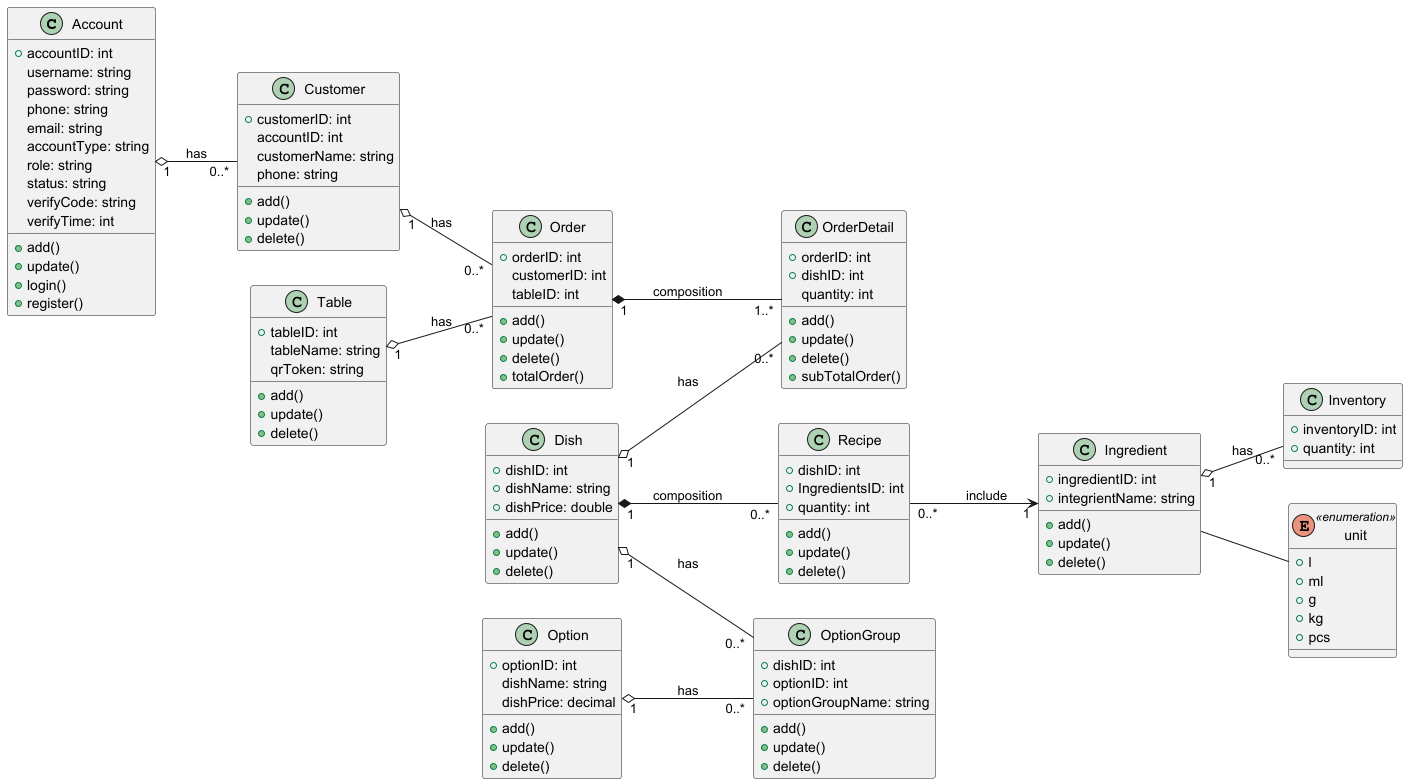
Before: document/diagram/task23.png, a diagram exported from PlantUML (Hiennguyen278610/CNPM).
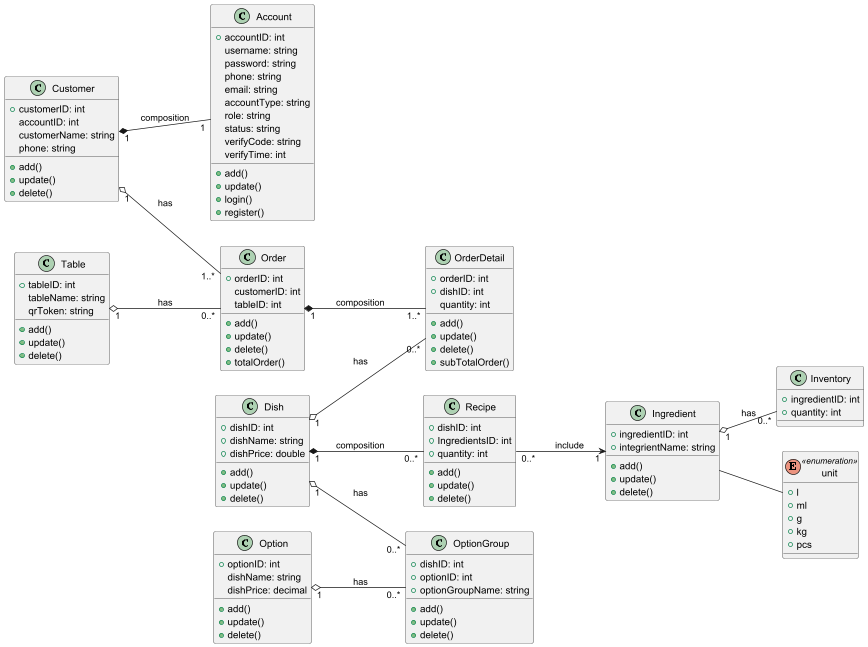
The same file after the commit.

The edit, as a diff of the source:
```diff
@@ -101,7 +101,7 @@
 }
 
 class Inventory {
-    + inventoryID: int
+    + ingredientID: int
     + quantity: int
 }
 
@@ -113,8 +113,8 @@
     + pcs
 }
 
-Account   "1" o-- "0..*" Customer     : has
-Customer  "1" o-- "0..*" Order        : has
+Customer   "1" *-- "1"  Account: composition
+Customer  "1" o-- "1..*" Order        : has
 Table     "1" o-- "0..*" Order        : has
 
 Order     "1" *-- "1..*" OrderDetail  : composition
```
